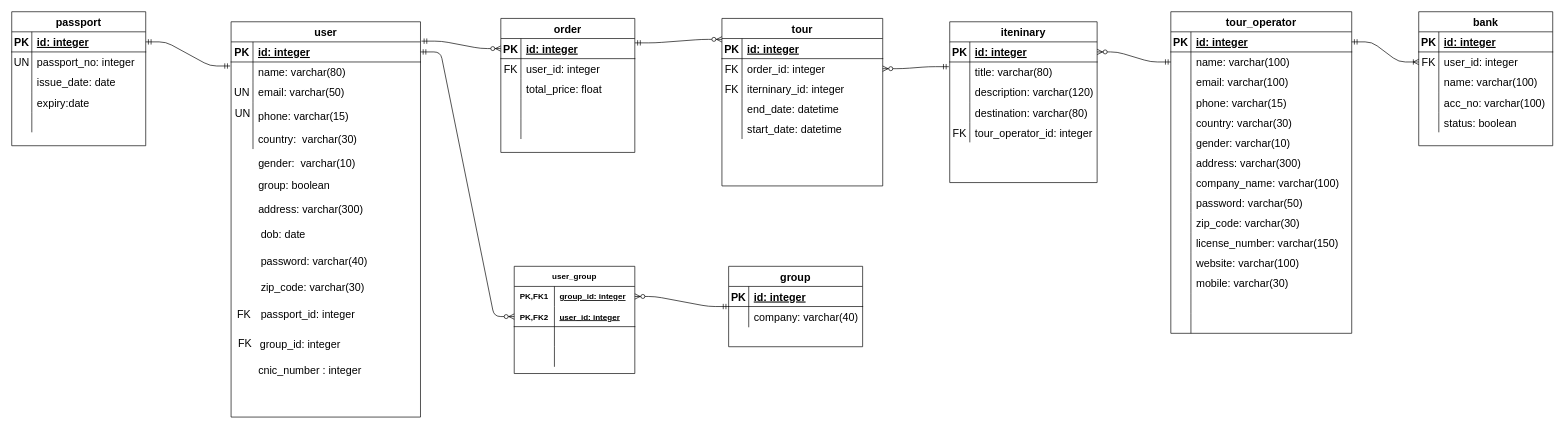
Earlier version of the draw.io diagram ERD v1.0.drawio (burhanuddinbaig/getAdventureDoc). Source tidied: cells renumbered, new cells numbered last; positions are measured from the earlier drawing's top-left corner, leaving out a move shared by most shapes. Both pictures are drawn from the tidied source at 67%, with x=0, y=0 at pixel (11, 11).
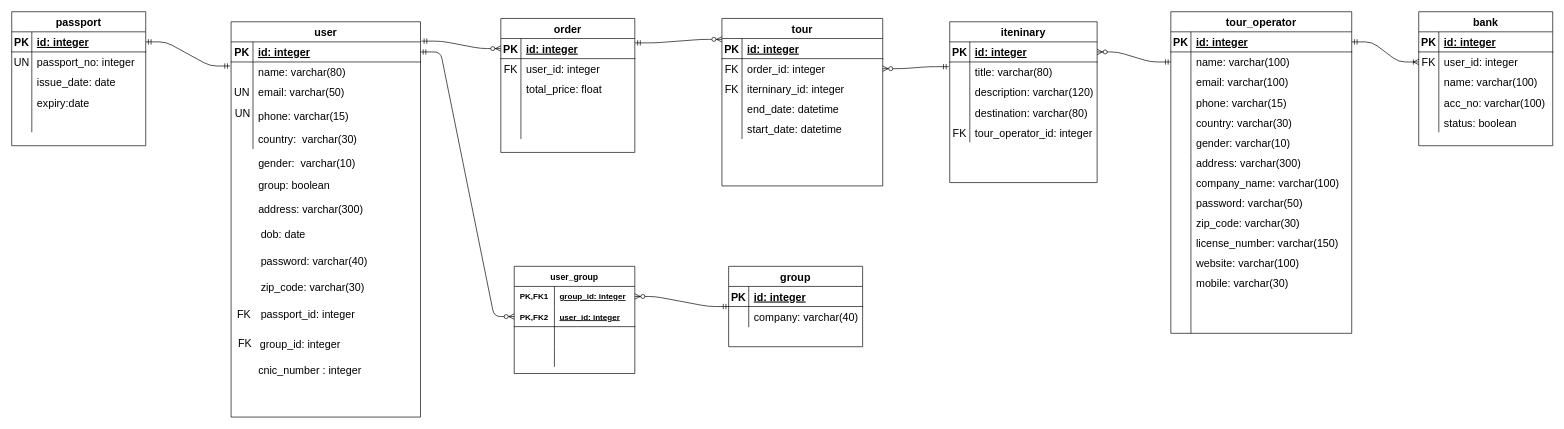
The same page after the edit.

The edit, as a diff of the source:
```diff
@@
-    <mxCell id="157" value="user_group" style="shape=table;startSize=30;childLayout=tableLayout;rowLines=0;fontStyle=1;align=center;" parent="1" vertex="1">
+    <mxCell id="157" value="user_group" style="shape=table;startSize=30;childLayout=tableLayout;rowLines=0;fontStyle=1;align=center;strokeWidth=1;fontSize=13;" parent="1" vertex="1">
       <mxGeometry x="750" y="380" width="180" height="160" as="geometry" />
     </mxCell>
```
